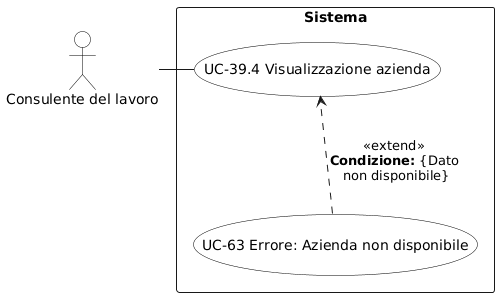
aLittleByte-19/Documentazione keeps this PlantUML diagram as RTB/Analisi dei Requisiti/diagrammi_use_case/UC-39.4.png. Above is the earlier version.
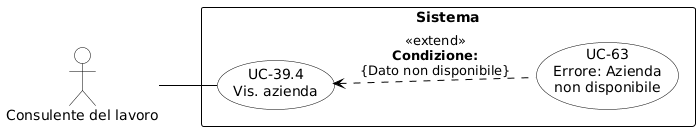
The same file after the commit.

The edit, as a diff of the source:
```diff
@@ -1,25 +1,32 @@
 @startuml
-skinparam backgroundColor white
+skinparam shadowing false
+skinparam defaultFontName Arial
+left to right direction
+skinparam nodesep 15
+skinparam ranksep 50
+
+skinparam usecase {
+    BackgroundColor white
+    BorderColor black
+    ArrowColor black
+}
 skinparam actor {
-  BackgroundColor white
-  BorderColor black
-  FontColor black
+    BackgroundColor white
+    BorderColor black
 }
-skinparam usecase {
-  BackgroundColor white
-  BorderColor black
-  FontColor black
+skinparam rectangle {
+    BorderColor black
+    FontStyle bold
 }
-actor "Consulente del lavoro" as C
+
+actor "Consulente del lavoro" as CL
 
 rectangle "Sistema" {
-  (UC-39.4 Visualizzazione azienda) as UC394
-  (UC-63 Errore: Azienda non disponibile) as UC63
+    usecase "UC-39.4\nVis. azienda" as UC39_4
+    usecase "UC-63\nErrore: Azienda\nnon disponibile" as UC63
 
-  UC394 -[hidden]down- UC63
-
-  UC63 ..> UC394 : <<extend>>\n**Condizione:** {Dato\n non disponibile}
+    UC39_4 <.down. UC63 : <<extend>>\n**Condizione:**\n{Dato non disponibile}
 }
 
-C - UC394
+CL -- UC39_4
 @enduml
```
